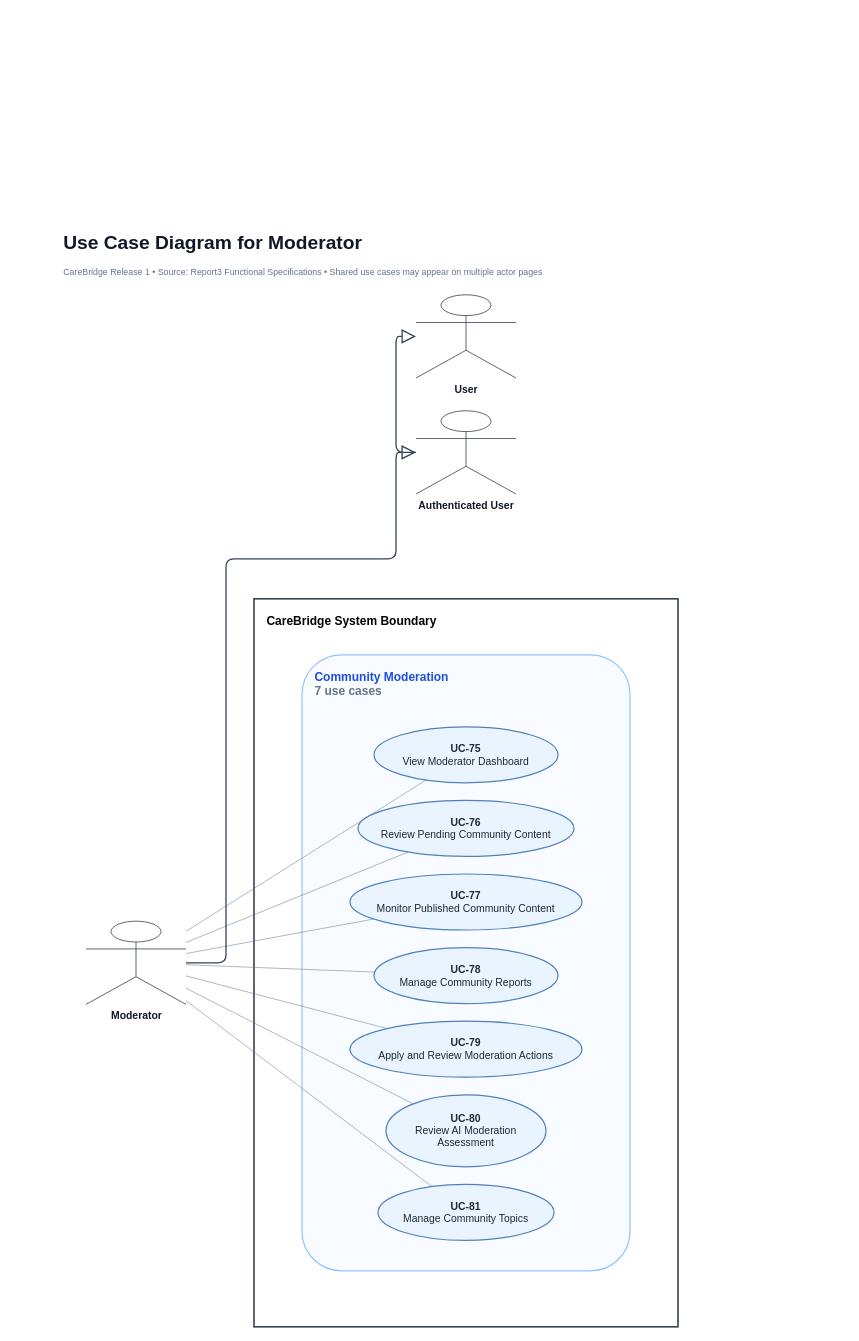
The draw.io diagram page "D-06. Use Case Diagram for Moderator" (6 of 7) of 02_Requirements/UseCase/CareBridge_Use_Case_Diagrams.drawio in ChuongBDHE172784/CareBridge_SEP490_G79, before the edit. Source tidied: cells renumbered, new cells numbered last; positions are measured from the earlier drawing's top-left corner, leaving out a move shared by most shapes. Both pictures are drawn from the tidied source at 80%, with x=0, y=0 at pixel (62, 226).
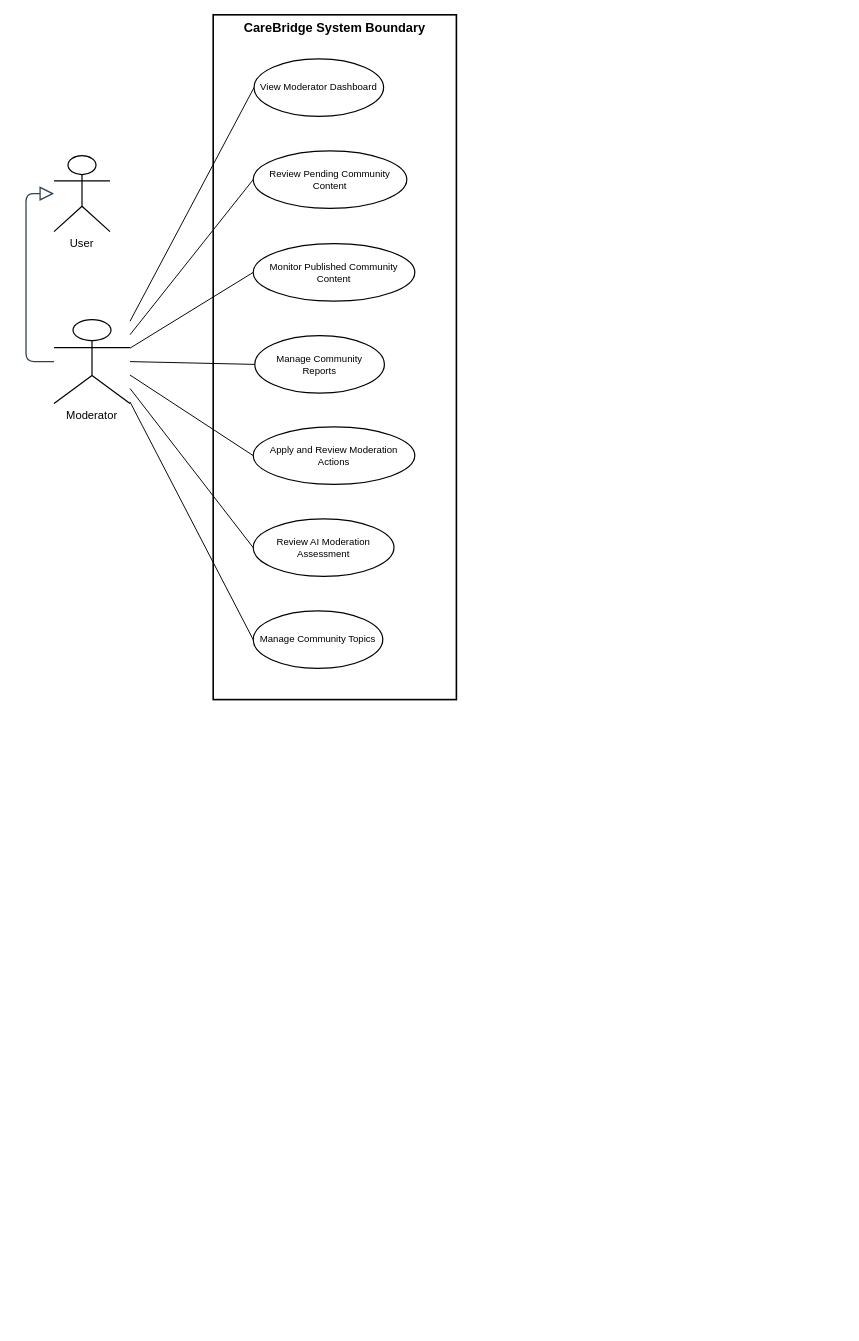
Above is the later version.

What changed in the source:
```diff
@@
-    <mxCell id="2" value="Use Case Diagram for Moderator" style="text;html=1;strokeColor=none;fillColor=none;align=left;verticalAlign=middle;whiteSpace=wrap;rounded=0;fontFamily=Arial;fontSize=24;fontStyle=1;fontColor=#111827;" parent="1" vertex="1">
-      <mxGeometry width="980" height="42" as="geometry" />
-    </mxCell>
-    <mxCell id="3" value="CareBridge Release 1 • Source: Report3 Functional Specifications • Shared use cases may appear on multiple actor pages" style="text;html=1;strokeColor=none;fillColor=none;align=left;verticalAlign=middle;whiteSpace=wrap;rounded=0;fontFamily=Arial;fontSize=11;fontColor=#64748B;" parent="1" vertex="1">
-      <mxGeometry y="44" width="980" height="28" as="geometry" />
-    </mxCell>
-    <mxCell id="4" value="User" style="shape=umlActor;verticalLabelPosition=bottom;verticalAlign=top;html=1;outlineConnect=0;fontFamily=Arial;fontSize=13;fontStyle=1;fontColor=#111827;strokeColor=#374151;fillColor=#FFFFFF;" parent="1" vertex="1">
-      <mxGeometry x="442.5" y="86" width="125" height="104" as="geometry" />
-    </mxCell>
-    <mxCell id="5" value="Authenticated User" style="shape=umlActor;verticalLabelPosition=bottom;verticalAlign=top;html=1;outlineConnect=0;fontFamily=Arial;fontSize=13;fontStyle=1;fontColor=#111827;strokeColor=#374151;fillColor=#FFFFFF;" parent="1" vertex="1">
-      <mxGeometry x="442.5" y="231" width="125" height="104" as="geometry" />
-    </mxCell>
-    <mxCell id="6" value="CareBridge System Boundary" style="rounded=0;whiteSpace=wrap;html=1;fillColor=#FFFFFF;fillOpacity=0;strokeColor=#374151;strokeWidth=2;fontFamily=Arial;fontSize=15;fontStyle=1;align=left;verticalAlign=top;spacingTop=12;spacingLeft=14;" parent="1" vertex="1">
-      <mxGeometry x="240" y="466" width="530" height="910" as="geometry" />
+    <mxCell id="6" value="CareBridge System Boundary" style="rounded=0;whiteSpace=wrap;html=1;fillColor=none;strokeColor=#000000;strokeWidth=2;verticalAlign=top;align=center;fontSize=16;fontStyle=1;fontColor=#000000;expandable=0;" parent="1" vertex="1">
+      <mxGeometry x="189" y="-264" width="304" height="856" as="geometry" />
     </mxCell>
-    <mxCell id="7" value="&lt;b&gt;Community Moderation&lt;/b&gt;&lt;br/&gt;&lt;font color='#64748B'&gt;7 use cases&lt;/font&gt;" style="rounded=1;arcSize=12;whiteSpace=wrap;html=1;fillColor=#F8FBFF;strokeColor=#93C5FD;strokeWidth=1.5;fontFamily=Arial;fontSize=15;fontStyle=1;fontColor=#1D4ED8;align=left;verticalAlign=top;spacingTop=12;spacingLeft=14;" parent="6" vertex="1">
-      <mxGeometry x="60" y="70" width="410" height="770" as="geometry" />
-    </mxCell>
-    <mxCell id="8" value="Moderator" style="shape=umlActor;verticalLabelPosition=bottom;verticalAlign=top;html=1;outlineConnect=0;fontFamily=Arial;fontSize=13;fontStyle=1;fontColor=#111827;strokeColor=#374151;fillColor=#FFFFFF;" parent="1" vertex="1">
-      <mxGeometry x="30" y="869" width="125" height="104" as="geometry" />
+    <mxCell id="8" value="Moderator" style="shape=umlActor;verticalLabelPosition=bottom;verticalAlign=top;html=1;outlineConnect=0;whiteSpace=wrap;fillColor=none;strokeColor=#000000;strokeWidth=1.5;fontColor=#000000;fontSize=14;fontStyle=0;labelPosition=center;align=center;fontFamily=Arial;" parent="1" vertex="1">
+      <mxGeometry x="-10" y="117" width="95" height="105" as="geometry" />
     </mxCell>
-    <mxCell id="9" value="&lt;b&gt;UC-75&lt;/b&gt;&lt;br/&gt;View Moderator Dashboard" style="ellipse;whiteSpace=wrap;html=1;fillColor=#EAF4FF;strokeColor=#4F81BD;strokeWidth=1.5;fontFamily=Arial;fontSize=13;fontColor=#1F2937;align=center;verticalAlign=middle;spacing=8;shadow=0;" parent="6" vertex="1">
-      <mxGeometry x="150" y="160" width="230" height="70" as="geometry" />
+    <mxCell id="9" value="View Moderator Dashboard" style="ellipse;whiteSpace=wrap;html=1;fillColor=#ffffff;strokeColor=#000000;strokeWidth=1.5;fontSize=12;fontColor=#000000;align=center;verticalAlign=middle;fontFamily=Arial;spacing=8;" parent="6" vertex="1">
+      <mxGeometry x="51" y="55" width="162" height="72" as="geometry" />
     </mxCell>
+    <mxCell id="11" value="Review Pending Community Content" style="ellipse;whiteSpace=wrap;html=1;fillColor=#ffffff;strokeColor=#000000;strokeWidth=1.5;fontSize=12;fontColor=#000000;align=center;verticalAlign=middle;fontFamily=Arial;spacing=8;" parent="6" vertex="1">
+      <mxGeometry x="50" y="170" width="192" height="72" as="geometry" />
+    </mxCell>
+    <mxCell id="13" value="Monitor Published Community Content" style="ellipse;whiteSpace=wrap;html=1;fillColor=#ffffff;strokeColor=#000000;strokeWidth=1.5;fontSize=12;fontColor=#000000;align=center;verticalAlign=middle;fontFamily=Arial;spacing=8;" parent="6" vertex="1">
+      <mxGeometry x="50" y="286" width="202" height="72" as="geometry" />
+    </mxCell>
+    <mxCell id="15" value="Manage Community Reports" style="ellipse;whiteSpace=wrap;html=1;fillColor=#ffffff;strokeColor=#000000;strokeWidth=1.5;fontSize=12;fontColor=#000000;align=center;verticalAlign=middle;fontFamily=Arial;spacing=8;" parent="6" vertex="1">
+      <mxGeometry x="52" y="401" width="162" height="72" as="geometry" />
+    </mxCell>
+    <mxCell id="17" value="Apply and Review Moderation Actions" style="ellipse;whiteSpace=wrap;html=1;fillColor=#ffffff;strokeColor=#000000;strokeWidth=1.5;fontSize=12;fontColor=#000000;align=center;verticalAlign=middle;fontFamily=Arial;spacing=8;" parent="6" vertex="1">
+      <mxGeometry x="50" y="515" width="202" height="72" as="geometry" />
+    </mxCell>
+    <mxCell id="19" value="Review AI Moderation Assessment" style="ellipse;whiteSpace=wrap;html=1;fillColor=#ffffff;strokeColor=#000000;strokeWidth=1.5;fontSize=12;fontColor=#000000;align=center;verticalAlign=middle;fontFamily=Arial;spacing=8;" parent="6" vertex="1">
+      <mxGeometry x="50" y="630" width="176" height="72" as="geometry" />
+    </mxCell>
+    <mxCell id="21" value="Manage Community Topics" style="ellipse;whiteSpace=wrap;html=1;fillColor=#ffffff;strokeColor=#000000;strokeWidth=1.5;fontSize=12;fontColor=#000000;align=center;verticalAlign=middle;fontFamily=Arial;spacing=8;" parent="6" vertex="1">
+      <mxGeometry x="50" y="745" width="162" height="72" as="geometry" />
+    </mxCell>
-    <mxCell id="10" style="endArrow=none;startArrow=none;html=1;strokeColor=#64748B;strokeWidth=1.1;strokeOpacity=58;rounded=1;exitPerimeter=1;entryPerimeter=1;" parent="1" edge="1" source="8" target="9">
+    <mxCell id="10" style="html=1;rounded=0;endArrow=none;strokeColor=#000000;strokeWidth=1.2;exitX=1;exitY=0.02;exitDx=0;exitDy=0;entryX=0;entryY=0.5;entryDx=0;entryDy=0;" parent="1" edge="1" source="8" target="9">
       <mxGeometry relative="1" as="geometry" />
     </mxCell>
-    <mxCell id="11" value="&lt;b&gt;UC-76&lt;/b&gt;&lt;br/&gt;Review Pending Community Content" style="ellipse;whiteSpace=wrap;html=1;fillColor=#EAF4FF;strokeColor=#4F81BD;strokeWidth=1.5;fontFamily=Arial;fontSize=13;fontColor=#1F2937;align=center;verticalAlign=middle;spacing=8;shadow=0;" parent="6" vertex="1">
-      <mxGeometry x="130" y="252" width="270" height="70" as="geometry" />
-    </mxCell>
-    <mxCell id="12" style="endArrow=none;startArrow=none;html=1;strokeColor=#64748B;strokeWidth=1.1;strokeOpacity=58;rounded=1;exitPerimeter=1;entryPerimeter=1;" parent="1" edge="1" source="8" target="11">
+    <mxCell id="12" style="html=1;rounded=0;endArrow=none;strokeColor=#000000;strokeWidth=1.2;exitX=1;exitY=0.18;exitDx=0;exitDy=0;entryX=0;entryY=0.5;entryDx=0;entryDy=0;" parent="1" edge="1" source="8" target="11">
       <mxGeometry relative="1" as="geometry" />
     </mxCell>
-    <mxCell id="13" value="&lt;b&gt;UC-77&lt;/b&gt;&lt;br/&gt;Monitor Published Community Content" style="ellipse;whiteSpace=wrap;html=1;fillColor=#EAF4FF;strokeColor=#4F81BD;strokeWidth=1.5;fontFamily=Arial;fontSize=13;fontColor=#1F2937;align=center;verticalAlign=middle;spacing=8;shadow=0;" parent="6" vertex="1">
-      <mxGeometry x="120" y="344" width="290" height="70" as="geometry" />
-    </mxCell>
-    <mxCell id="14" style="endArrow=none;startArrow=none;html=1;strokeColor=#64748B;strokeWidth=1.1;strokeOpacity=58;rounded=1;exitPerimeter=1;entryPerimeter=1;" parent="1" edge="1" source="8" target="13">
+    <mxCell id="14" style="html=1;rounded=0;endArrow=none;strokeColor=#000000;strokeWidth=1.2;exitX=1;exitY=0.34;exitDx=0;exitDy=0;entryX=0;entryY=0.5;entryDx=0;entryDy=0;" parent="1" edge="1" source="8" target="13">
       <mxGeometry relative="1" as="geometry" />
     </mxCell>
-    <mxCell id="15" value="&lt;b&gt;UC-78&lt;/b&gt;&lt;br/&gt;Manage Community Reports" style="ellipse;whiteSpace=wrap;html=1;fillColor=#EAF4FF;strokeColor=#4F81BD;strokeWidth=1.5;fontFamily=Arial;fontSize=13;fontColor=#1F2937;align=center;verticalAlign=middle;spacing=8;shadow=0;" parent="6" vertex="1">
-      <mxGeometry x="150" y="436" width="230" height="70" as="geometry" />
-    </mxCell>
-    <mxCell id="16" style="endArrow=none;startArrow=none;html=1;strokeColor=#64748B;strokeWidth=1.1;strokeOpacity=58;rounded=1;exitPerimeter=1;entryPerimeter=1;" parent="1" edge="1" source="8" target="15">
+    <mxCell id="16" style="html=1;rounded=0;endArrow=none;strokeColor=#000000;strokeWidth=1.2;exitX=1;exitY=0.50;exitDx=0;exitDy=0;entryX=0;entryY=0.5;entryDx=0;entryDy=0;" parent="1" edge="1" source="8" target="15">
       <mxGeometry relative="1" as="geometry" />
     </mxCell>
-    <mxCell id="17" value="&lt;b&gt;UC-79&lt;/b&gt;&lt;br/&gt;Apply and Review Moderation Actions" style="ellipse;whiteSpace=wrap;html=1;fillColor=#EAF4FF;strokeColor=#4F81BD;strokeWidth=1.5;fontFamily=Arial;fontSize=13;fontColor=#1F2937;align=center;verticalAlign=middle;spacing=8;shadow=0;" parent="6" vertex="1">
-      <mxGeometry x="120" y="528" width="290" height="70" as="geometry" />
-    </mxCell>
-    <mxCell id="18" style="endArrow=none;startArrow=none;html=1;strokeColor=#64748B;strokeWidth=1.1;strokeOpacity=58;rounded=1;exitPerimeter=1;entryPerimeter=1;" parent="1" edge="1" source="8" target="17">
+    <mxCell id="18" style="html=1;rounded=0;endArrow=none;strokeColor=#000000;strokeWidth=1.2;exitX=1;exitY=0.66;exitDx=0;exitDy=0;entryX=0;entryY=0.5;entryDx=0;entryDy=0;" parent="1" edge="1" source="8" target="17">
       <mxGeometry relative="1" as="geometry" />
     </mxCell>
-    <mxCell id="19" value="&lt;b&gt;UC-80&lt;/b&gt;&lt;br/&gt;Review AI Moderation&lt;br/&gt;Assessment" style="ellipse;whiteSpace=wrap;html=1;fillColor=#EAF4FF;strokeColor=#4F81BD;strokeWidth=1.5;fontFamily=Arial;fontSize=13;fontColor=#1F2937;align=center;verticalAlign=middle;spacing=8;shadow=0;" parent="6" vertex="1">
-      <mxGeometry x="165" y="620" width="200" height="90" as="geometry" />
-    </mxCell>
-    <mxCell id="20" style="endArrow=none;startArrow=none;html=1;strokeColor=#64748B;strokeWidth=1.1;strokeOpacity=58;rounded=1;exitPerimeter=1;entryPerimeter=1;" parent="1" edge="1" source="8" target="19">
+    <mxCell id="20" style="html=1;rounded=0;endArrow=none;strokeColor=#000000;strokeWidth=1.2;exitX=1;exitY=0.82;exitDx=0;exitDy=0;entryX=0;entryY=0.5;entryDx=0;entryDy=0;" parent="1" edge="1" source="8" target="19">
       <mxGeometry relative="1" as="geometry" />
     </mxCell>
-    <mxCell id="21" value="&lt;b&gt;UC-81&lt;/b&gt;&lt;br/&gt;Manage Community Topics" style="ellipse;whiteSpace=wrap;html=1;fillColor=#EAF4FF;strokeColor=#4F81BD;strokeWidth=1.5;fontFamily=Arial;fontSize=13;fontColor=#1F2937;align=center;verticalAlign=middle;spacing=8;shadow=0;" parent="6" vertex="1">
-      <mxGeometry x="155" y="732" width="220" height="70" as="geometry" />
-    </mxCell>
-    <mxCell id="22" style="endArrow=none;startArrow=none;html=1;strokeColor=#64748B;strokeWidth=1.1;strokeOpacity=58;rounded=1;exitPerimeter=1;entryPerimeter=1;" parent="1" edge="1" source="8" target="21">
+    <mxCell id="22" style="html=1;rounded=0;endArrow=none;strokeColor=#000000;strokeWidth=1.2;exitX=1;exitY=0.98;exitDx=0;exitDy=0;entryX=0;entryY=0.5;entryDx=0;entryDy=0;" parent="1" edge="1" source="8" target="21">
       <mxGeometry relative="1" as="geometry" />
     </mxCell>
-    <mxCell id="23" style="edgeStyle=orthogonalEdgeStyle;rounded=1;html=1;startArrow=none;endArrow=block;endFill=0;endSize=14;strokeColor=#334155;strokeWidth=1.6;exitX=0.5;exitY=0;exitPerimeter=1;entryX=0.5;entryY=1;entryPerimeter=1;jettySize=auto;exitX=0;exitY=0.5;exitPerimeter=1;entryX=0;entryY=0.5;entryPerimeter=1;" parent="1" edge="1" source="5" target="4">
-      <mxGeometry relative="1" as="geometry">
-        <Array as="points">
-          <mxPoint x="417.5" y="283" />
-          <mxPoint x="417.5" y="138" />
-        </Array>
-      </mxGeometry>
-    </mxCell>
-    <mxCell id="24" style="edgeStyle=orthogonalEdgeStyle;rounded=1;html=1;startArrow=none;endArrow=block;endFill=0;endSize=14;strokeColor=#334155;strokeWidth=1.6;exitX=0.5;exitY=0;exitPerimeter=1;entryX=0.5;entryY=1;entryPerimeter=1;jettySize=auto;exitX=1;exitY=0.5;exitPerimeter=1;entryX=0;entryY=0.5;entryPerimeter=1;" parent="1" edge="1" source="8" target="5">
-      <mxGeometry relative="1" as="geometry">
-        <Array as="points">
-          <mxPoint x="205" y="921" />
-          <mxPoint x="205" y="416" />
-          <mxPoint x="417.5" y="416" />
-          <mxPoint x="417.5" y="283" />
-        </Array>
-      </mxGeometry>
-    </mxCell>
+    <mxCell id="4" value="User" style="shape=umlActor;verticalLabelPosition=bottom;verticalAlign=top;html=1;outlineConnect=0;whiteSpace=wrap;fillColor=none;strokeColor=#000000;strokeWidth=1.5;fontColor=#000000;fontSize=14;fontStyle=0;labelPosition=center;align=center;fontFamily=Arial;" parent="1" vertex="1">
+      <mxGeometry x="-10" y="-88" width="70" height="95" as="geometry" />
+    </mxCell>
+    <mxCell id="25" style="edgeStyle=orthogonalEdgeStyle;rounded=1;html=1;startArrow=none;endArrow=block;endFill=0;endSize=14;strokeColor=#334155;strokeWidth=1.6;exitX=0;exitY=0.5;exitPerimeter=1;entryX=0;entryY=0.5;entryPerimeter=1;jettySize=auto;" parent="1" edge="1" source="8" target="4">
+      <mxGeometry relative="1" as="geometry">
+        <Array as="points">
+          <mxPoint x="-45" y="169.5" />
+          <mxPoint x="-45" y="-40.5" />
+        </Array>
+      </mxGeometry>
+    </mxCell>
```
